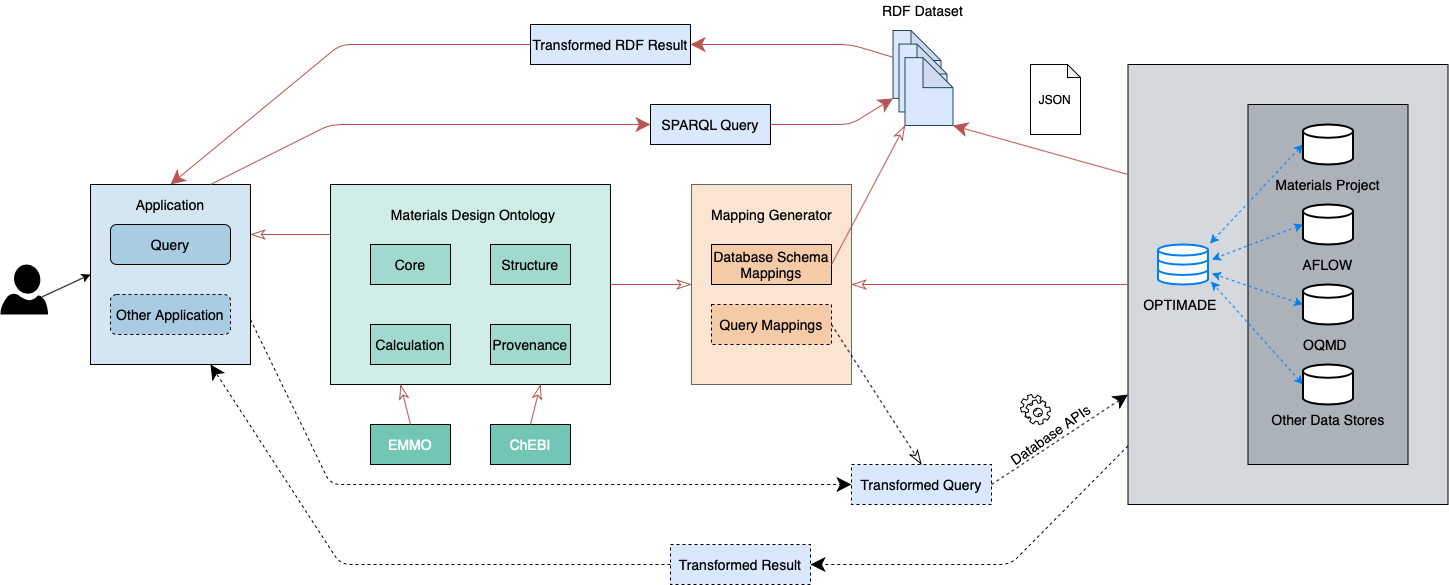
Above: figures/mdo/new-vision.png in huanyu-li/huanyu-li.github.io (draw.io), before the change. Source tidied: cells renumbered, new cells last; positions are measured from the earlier drawing's top-left corner, leaving out a move shared by most shapes.
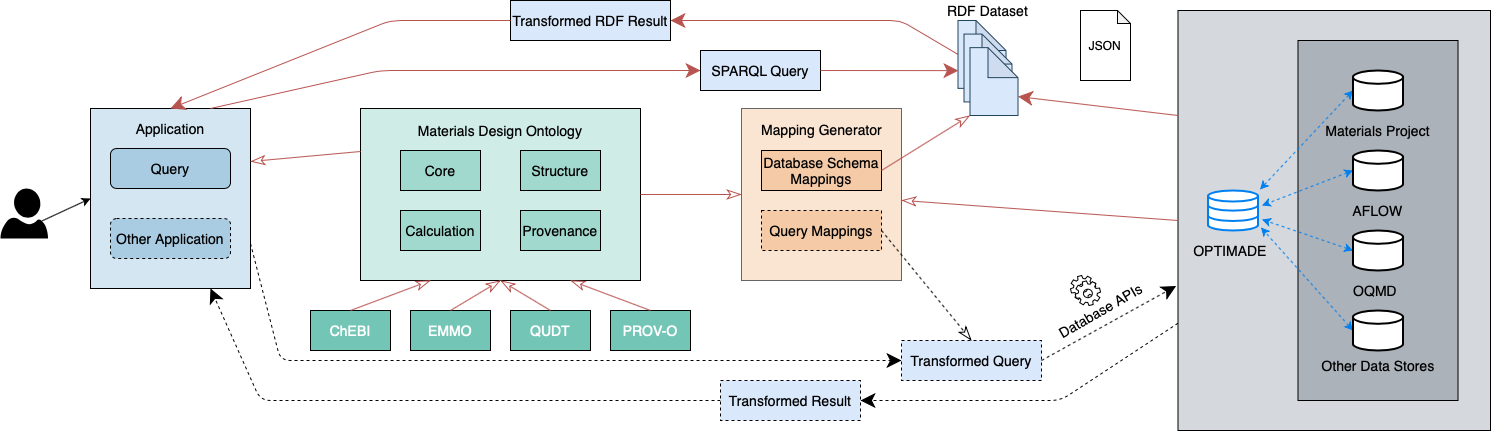
Later version of the same file.

Commit message:
Update vision figure

The edit, as a diff of the source:
```diff
@@ -5,6 +5,6 @@
     <mxCell id="2" style="rounded=0;whiteSpace=wrap;html=1;fillColor=#D5D8DC;strokeColor=#000000;" parent="1" vertex="1">
-      <mxGeometry x="1127.5" y="64" width="320" height="440" as="geometry" />
+      <mxGeometry x="1127.5" y="64" width="312.5" height="420" as="geometry" />
     </mxCell>
     <mxCell id="3" style="rounded=0;whiteSpace=wrap;html=1;fillColor=#ABB2B9;strokeColor=#000000;fontColor=#333333;" parent="1" vertex="1">
-      <mxGeometry x="1247.5" y="104" width="160" height="360" as="geometry" />
+      <mxGeometry x="1247.5" y="94" width="160" height="360" as="geometry" />
     </mxCell>
@@ -53,33 +53,33 @@
     <mxCell id="18" style="rounded=0;whiteSpace=wrap;html=1;fillColor=#FAE5D3;strokeColor=#666666;fontColor=#333333;" parent="1" vertex="1">
-      <mxGeometry x="691" y="184" width="160" height="200" as="geometry" />
+      <mxGeometry x="691" y="162" width="160" height="172" as="geometry" />
     </mxCell>
     <mxCell id="19" style="rounded=0;whiteSpace=wrap;html=1;fillColor=#D0ECE7;strokeColor=#000000;" parent="1" vertex="1">
-      <mxGeometry x="330" y="184" width="280" height="200" as="geometry" />
+      <mxGeometry x="310" y="162" width="280" height="172" as="geometry" />
     </mxCell>
     <mxCell id="20" value="Materials Design Ontology" style="text;html=1;strokeColor=none;fillColor=none;align=center;verticalAlign=middle;whiteSpace=wrap;rounded=0;fontSize=14;" parent="1" vertex="1">
-      <mxGeometry x="382.6" y="204" width="180" height="20" as="geometry" />
+      <mxGeometry x="360" y="174" width="180" height="20" as="geometry" />
     </mxCell>
     <mxCell id="21" value="Core" style="rounded=0;whiteSpace=wrap;html=1;fontSize=14;fillColor=#A2D9CE;strokeColor=#000000;" parent="1" vertex="1">
-      <mxGeometry x="370" y="244" width="80" height="40" as="geometry" />
+      <mxGeometry x="350" y="204" width="80" height="40" as="geometry" />
     </mxCell>
     <mxCell id="22" value="Structure" style="rounded=0;whiteSpace=wrap;html=1;fontSize=14;fillColor=#A2D9CE;strokeColor=#000000;" parent="1" vertex="1">
-      <mxGeometry x="490" y="244" width="80" height="40" as="geometry" />
+      <mxGeometry x="470" y="204" width="80" height="40" as="geometry" />
     </mxCell>
     <mxCell id="23" value="Calculation" style="rounded=0;whiteSpace=wrap;html=1;fontSize=14;fillColor=#A2D9CE;strokeColor=#000000;" parent="1" vertex="1">
-      <mxGeometry x="370" y="324" width="80" height="40" as="geometry" />
+      <mxGeometry x="350" y="264" width="80" height="40" as="geometry" />
     </mxCell>
     <mxCell id="24" value="Provenance" style="rounded=0;whiteSpace=wrap;html=1;fontSize=14;fillColor=#A2D9CE;strokeColor=#000000;" parent="1" vertex="1">
-      <mxGeometry x="490" y="324" width="80" height="40" as="geometry" />
+      <mxGeometry x="470" y="264" width="80" height="40" as="geometry" />
     </mxCell>
     <mxCell id="25" value="Database Schema Mappings" style="rounded=0;whiteSpace=wrap;html=1;fontSize=14;fillColor=#F5CBA7;strokeColor=#000000;" parent="1" vertex="1">
-      <mxGeometry x="711" y="244" width="120" height="40" as="geometry" />
+      <mxGeometry x="711" y="204" width="120" height="40" as="geometry" />
     </mxCell>
     <mxCell id="26" value="Query Mappings" style="rounded=0;whiteSpace=wrap;html=1;fontSize=14;fillColor=#F5CBA7;strokeColor=#000000;dashed=1;" parent="1" vertex="1">
-      <mxGeometry x="711" y="304" width="120" height="40" as="geometry" />
+      <mxGeometry x="711" y="264" width="120" height="40" as="geometry" />
     </mxCell>
     <mxCell id="27" value="Mapping Generator" style="text;html=1;strokeColor=none;fillColor=none;align=center;verticalAlign=middle;whiteSpace=wrap;rounded=0;fontSize=14;" parent="1" vertex="1">
-      <mxGeometry x="702.8" y="204" width="136.5" height="20" as="geometry" />
+      <mxGeometry x="702.8" y="173" width="136.5" height="20" as="geometry" />
     </mxCell>
     <mxCell id="28" value="Transformed Query" style="rounded=0;whiteSpace=wrap;html=1;fillColor=#DAE8FC;strokeColor=#000000;fontSize=14;dashed=1;" parent="1" vertex="1">
-      <mxGeometry x="851" y="464" width="140" height="40" as="geometry" />
+      <mxGeometry x="851" y="394" width="140" height="40" as="geometry" />
     </mxCell>
@@ -88,3 +88,3 @@
     </mxCell>
-    <mxCell id="30" style="endArrow=classic;html=1;exitX=1;exitY=0.5;exitDx=0;exitDy=0;entryX=0;entryY=0.75;entryDx=0;entryDy=0;dashed=1;endFill=1;endSize=12;" parent="1" edge="1" source="28" target="2">
+    <mxCell id="30" style="endArrow=classic;html=1;exitX=1;exitY=0.5;exitDx=0;exitDy=0;entryX=-0.006;entryY=0.656;entryDx=0;entryDy=0;dashed=1;endFill=1;endSize=12;entryPerimeter=0;" parent="1" edge="1" source="28" target="2">
       <mxGeometry relative="1" as="geometry" />
@@ -92,15 +92,15 @@
     <mxCell id="31" style="rounded=0;whiteSpace=wrap;html=1;fillColor=#D4E6F1;strokeColor=#000000;" parent="1" vertex="1">
-      <mxGeometry x="90" y="184" width="160" height="180" as="geometry" />
+      <mxGeometry x="40" y="162" width="160" height="180" as="geometry" />
     </mxCell>
     <mxCell id="32" value="Query" style="rounded=1;whiteSpace=wrap;html=1;fillColor=#A9CCE3;strokeColor=#000000;fontSize=14;" parent="1" vertex="1">
-      <mxGeometry x="110" y="224" width="120" height="40" as="geometry" />
+      <mxGeometry x="60" y="202" width="120" height="40" as="geometry" />
     </mxCell>
     <mxCell id="33" value="Other Application" style="rounded=1;whiteSpace=wrap;html=1;fillColor=#A9CCE3;strokeColor=#000000;fontSize=14;dashed=1;" parent="1" vertex="1">
-      <mxGeometry x="110" y="294" width="120" height="40" as="geometry" />
+      <mxGeometry x="60" y="272" width="120" height="40" as="geometry" />
     </mxCell>
     <mxCell id="34" value="Application" style="text;html=1;strokeColor=none;fillColor=none;align=center;verticalAlign=middle;whiteSpace=wrap;rounded=0;fontSize=14;" parent="1" vertex="1">
-      <mxGeometry x="135" y="194" width="70" height="20" as="geometry" />
+      <mxGeometry x="85" y="172" width="70" height="20" as="geometry" />
     </mxCell>
     <mxCell id="35" style="verticalLabelPosition=bottom;html=1;verticalAlign=top;align=center;strokeColor=none;fillColor=#000000;shape=mxgraph.azure.user;fontSize=14;" parent="1" vertex="1">
-      <mxGeometry y="264" width="47.5" height="50" as="geometry" />
+      <mxGeometry x="-50" y="242" width="47.5" height="50" as="geometry" />
     </mxCell>
@@ -112,3 +112,3 @@
         <Array as="points">
-          <mxPoint x="330" y="484" />
+          <mxPoint x="230" y="414" />
         </Array>
@@ -119,70 +119,74 @@
     </mxCell>
-    <mxCell id="39" style="shape=note;whiteSpace=wrap;html=1;backgroundOutline=1;darkOpacity=0.05;fillColor=#DAE8FC;strokeColor=#23445d;" parent="1" vertex="1">
-      <mxGeometry x="892.5" y="30" width="48" height="67.9" as="geometry" />
+    <mxCell id="39" value="RDF Dataset" style="text;html=1;strokeColor=none;fillColor=none;align=center;verticalAlign=middle;whiteSpace=wrap;rounded=0;fontSize=14;" parent="1" vertex="1">
+      <mxGeometry x="890" y="54" width="95" height="20" as="geometry" />
     </mxCell>
-    <mxCell id="40" style="shape=note;whiteSpace=wrap;html=1;backgroundOutline=1;darkOpacity=0.05;fillColor=#DAE8FC;strokeColor=#23445d;" parent="1" vertex="1">
-      <mxGeometry x="898.5" y="43.6" width="48" height="67.9" as="geometry" />
+    <mxCell id="40" style="endArrow=classicThin;html=1;endFill=0;endSize=12;exitX=1;exitY=0.5;exitDx=0;exitDy=0;entryX=0;entryY=1;entryDx=0;entryDy=0;entryPerimeter=0;fillColor=#f8cecc;strokeColor=#b85450;" parent="1" edge="1" source="25" target="62">
+      <mxGeometry relative="1" as="geometry" />
     </mxCell>
-    <mxCell id="41" style="shape=note;whiteSpace=wrap;html=1;backgroundOutline=1;darkOpacity=0.05;fillColor=#DAE8FC;strokeColor=#23445d;" parent="1" vertex="1">
-      <mxGeometry x="904.5" y="57.1" width="48" height="67.9" as="geometry" />
+    <mxCell id="41" style="endArrow=classic;html=1;endFill=1;endSize=12;exitX=0;exitY=0.25;exitDx=0;exitDy=0;entryX=0;entryY=0;entryDx=48;entryDy=48.92857142857143;entryPerimeter=0;fillColor=#f8cecc;strokeColor=#b85450;" parent="1" edge="1" source="2" target="62">
+      <mxGeometry relative="1" as="geometry" />
     </mxCell>
-    <mxCell id="42" value="RDF Dataset" style="text;html=1;strokeColor=none;fillColor=none;align=center;verticalAlign=middle;whiteSpace=wrap;rounded=0;fontSize=14;" parent="1" vertex="1">
-      <mxGeometry x="875" width="95" height="20" as="geometry" />
+    <mxCell id="42" style="endArrow=classicThin;html=1;endFill=0;endSize=12;exitX=1;exitY=0.5;exitDx=0;exitDy=0;fillColor=#f8cecc;strokeColor=#b85450;entryX=0;entryY=0.5;entryDx=0;entryDy=0;" parent="1" edge="1" source="19" target="18">
+      <mxGeometry relative="1" as="geometry" />
     </mxCell>
-    <mxCell id="43" style="endArrow=classicThin;html=1;endFill=0;endSize=12;exitX=1;exitY=0.5;exitDx=0;exitDy=0;entryX=0;entryY=1;entryDx=0;entryDy=0;entryPerimeter=0;fillColor=#f8cecc;strokeColor=#b85450;" parent="1" edge="1" source="25" target="41">
-      <mxGeometry relative="1" as="geometry" />
+    <mxCell id="43" style="endArrow=classicThin;html=1;endFill=0;endSize=12;exitX=0;exitY=0.25;exitDx=0;exitDy=0;fillColor=#f8cecc;strokeColor=#b85450;" parent="1" edge="1" source="19">
+      <mxGeometry relative="1" as="geometry">
+        <mxPoint x="200" y="215" as="targetPoint" />
+      </mxGeometry>
     </mxCell>
-    <mxCell id="44" style="endArrow=classic;html=1;endFill=1;endSize=12;exitX=0;exitY=0.25;exitDx=0;exitDy=0;entryX=1;entryY=1;entryDx=0;entryDy=0;entryPerimeter=0;fillColor=#f8cecc;strokeColor=#b85450;" parent="1" edge="1" source="2" target="41">
-      <mxGeometry relative="1" as="geometry" />
+    <mxCell id="44" style="endArrow=classic;html=1;endFill=1;endSize=12;exitX=0.75;exitY=0;exitDx=0;exitDy=0;fillColor=#f8cecc;strokeColor=#b85450;startArrow=none;startFill=0;startSize=12;entryX=0;entryY=0.5;entryDx=0;entryDy=0;" parent="1" edge="1" source="31" target="55">
+      <mxGeometry relative="1" as="geometry">
+        <Array as="points">
+          <mxPoint x="330" y="124" />
+        </Array>
+      </mxGeometry>
     </mxCell>
-    <mxCell id="45" style="endArrow=classicThin;html=1;endFill=0;endSize=12;exitX=1;exitY=0.5;exitDx=0;exitDy=0;fillColor=#f8cecc;strokeColor=#b85450;entryX=0;entryY=0.5;entryDx=0;entryDy=0;" parent="1" edge="1" source="19" target="18">
-      <mxGeometry relative="1" as="geometry" />
+    <mxCell id="45" style="endArrow=classic;html=1;entryX=0.75;entryY=1;entryDx=0;entryDy=0;dashed=1;endFill=1;endSize=12;" parent="1" edge="1" source="53" target="31">
+      <mxGeometry relative="1" as="geometry">
+        <Array as="points">
+          <mxPoint x="210" y="454" />
+        </Array>
+      </mxGeometry>
     </mxCell>
-    <mxCell id="46" style="endArrow=classicThin;html=1;endFill=0;endSize=12;exitX=0;exitY=0.25;exitDx=0;exitDy=0;fillColor=#f8cecc;strokeColor=#b85450;" parent="1" edge="1" source="19">
-      <mxGeometry relative="1" as="geometry">
-        <mxPoint x="250" y="234" as="targetPoint" />
-      </mxGeometry>
+    <mxCell id="46" value="EMMO" style="rounded=0;whiteSpace=wrap;html=1;fontSize=14;fillColor=#73C6B6;strokeColor=#000000;fontColor=#ffffff;" parent="1" vertex="1">
+      <mxGeometry x="360" y="364" width="80" height="40" as="geometry" />
     </mxCell>
-    <mxCell id="47" style="endArrow=classic;html=1;endFill=1;endSize=12;exitX=0.75;exitY=0;exitDx=0;exitDy=0;fillColor=#f8cecc;strokeColor=#b85450;startArrow=none;startFill=0;startSize=12;entryX=0;entryY=0.5;entryDx=0;entryDy=0;" parent="1" edge="1" source="31" target="58">
-      <mxGeometry relative="1" as="geometry">
-        <Array as="points">
-          <mxPoint x="330" y="124" />
-        </Array>
-      </mxGeometry>
+    <mxCell id="47" value="ChEBI" style="rounded=0;whiteSpace=wrap;html=1;fontSize=14;fillColor=#73C6B6;strokeColor=#000000;fontColor=#ffffff;" parent="1" vertex="1">
+      <mxGeometry x="260" y="364" width="80" height="40" as="geometry" />
     </mxCell>
-    <mxCell id="48" style="endArrow=classic;html=1;entryX=0.75;entryY=1;entryDx=0;entryDy=0;dashed=1;endFill=1;endSize=12;" parent="1" edge="1" source="56" target="31">
-      <mxGeometry relative="1" as="geometry">
-        <Array as="points">
-          <mxPoint x="340" y="564" />
-        </Array>
-      </mxGeometry>
+    <mxCell id="48" style="endArrow=classicThin;html=1;endFill=0;endSize=12;exitX=0.5;exitY=0;exitDx=0;exitDy=0;fillColor=#f8cecc;strokeColor=#b85450;entryX=0.25;entryY=1;entryDx=0;entryDy=0;" parent="1" edge="1" source="47" target="19">
+      <mxGeometry relative="1" as="geometry" />
     </mxCell>
-    <mxCell id="49" value="EMMO" style="rounded=0;whiteSpace=wrap;html=1;fontSize=14;fillColor=#73C6B6;strokeColor=#000000;fontColor=#ffffff;" parent="1" vertex="1">
-      <mxGeometry x="370" y="424" width="80" height="40" as="geometry" />
+    <mxCell id="49" style="endArrow=classicThin;html=1;endFill=0;endSize=12;exitX=0.5;exitY=0;exitDx=0;exitDy=0;fillColor=#f8cecc;strokeColor=#b85450;entryX=0.5;entryY=1;entryDx=0;entryDy=0;" parent="1" edge="1" source="46" target="19">
+      <mxGeometry relative="1" as="geometry" />
     </mxCell>
-    <mxCell id="50" value="ChEBI" style="rounded=0;whiteSpace=wrap;html=1;fontSize=14;fillColor=#73C6B6;strokeColor=#000000;fontColor=#ffffff;" parent="1" vertex="1">
-      <mxGeometry x="490" y="424" width="80" height="40" as="geometry" />
+    <mxCell id="50" value="&lt;font style=&quot;font-size: 12px&quot;&gt;JSON&lt;/font&gt;" style="shape=note;whiteSpace=wrap;html=1;backgroundOutline=1;darkOpacity=0.05;size=13;fillColor=#FFFFFF;" parent="1" vertex="1">
+      <mxGeometry x="1030" y="64" width="50" height="70" as="geometry" />
     </mxCell>
-    <mxCell id="51" style="endArrow=classicThin;html=1;endFill=0;endSize=12;exitX=0.5;exitY=0;exitDx=0;exitDy=0;fillColor=#f8cecc;strokeColor=#b85450;entryX=0.75;entryY=1;entryDx=0;entryDy=0;" parent="1" edge="1" source="50" target="19">
-      <mxGeometry relative="1" as="geometry" />
+    <mxCell id="51" style="shape=mxgraph.bpmn.service_task;html=1;fillColor=#FFFFFF;fontSize=14;" parent="1" vertex="1">
+      <mxGeometry x="1020" y="329" width="30" height="30" as="geometry" />
     </mxCell>
-    <mxCell id="52" style="endArrow=classicThin;html=1;endFill=0;endSize=12;exitX=0.5;exitY=0;exitDx=0;exitDy=0;fillColor=#f8cecc;strokeColor=#b85450;entryX=0.25;entryY=1;entryDx=0;entryDy=0;" parent="1" edge="1" source="49" target="19">
-      <mxGeometry relative="1" as="geometry" />
+    <mxCell id="52" value="Database APIs" style="text;html=1;strokeColor=none;fillColor=none;align=center;verticalAlign=middle;whiteSpace=wrap;rounded=0;fontSize=14;rotation=330;" parent="1" vertex="1">
+      <mxGeometry x="1000" y="354" width="100" height="20" as="geometry" />
     </mxCell>
-    <mxCell id="53" value="&lt;font style=&quot;font-size: 12px&quot;&gt;JSON&lt;/font&gt;" style="shape=note;whiteSpace=wrap;html=1;backgroundOutline=1;darkOpacity=0.05;size=13;fillColor=#FFFFFF;" parent="1" vertex="1">
-      <mxGeometry x="1030" y="64" width="50" height="70" as="geometry" />
+    <mxCell id="53" value="Transformed Result" style="rounded=0;whiteSpace=wrap;html=1;fillColor=#DAE8FC;strokeColor=#000000;fontSize=14;dashed=1;" parent="1" vertex="1">
+      <mxGeometry x="670" y="434" width="140" height="40" as="geometry" />
     </mxCell>
-    <mxCell id="54" style="shape=mxgraph.bpmn.service_task;html=1;fillColor=#FFFFFF;fontSize=14;" parent="1" vertex="1">
-      <mxGeometry x="1020" y="394" width="30" height="30" as="geometry" />
+    <mxCell id="54" style="endArrow=classic;html=1;entryX=1;entryY=0.5;entryDx=0;entryDy=0;dashed=1;endFill=1;endSize=12;" parent="1" edge="1" source="2" target="53">
+      <mxGeometry relative="1" as="geometry">
+        <Array as="points">
+          <mxPoint x="1010" y="454" />
+        </Array>
+      </mxGeometry>
     </mxCell>
-    <mxCell id="55" value="Database APIs" style="text;html=1;strokeColor=none;fillColor=none;align=center;verticalAlign=middle;whiteSpace=wrap;rounded=0;fontSize=14;rotation=325;" parent="1" vertex="1">
-      <mxGeometry x="1000" y="424" width="100" height="20" as="geometry" />
+    <mxCell id="55" value="SPARQL Query" style="rounded=0;whiteSpace=wrap;html=1;fillColor=#DAE8FC;strokeColor=#000000;fontSize=14;" parent="1" vertex="1">
+      <mxGeometry x="650" y="104" width="120" height="40" as="geometry" />
     </mxCell>
-    <mxCell id="56" value="Transformed Result" style="rounded=0;whiteSpace=wrap;html=1;fillColor=#DAE8FC;strokeColor=#000000;fontSize=14;dashed=1;" parent="1" vertex="1">
-      <mxGeometry x="670" y="544" width="140" height="40" as="geometry" />
+    <mxCell id="56" value="Transformed RDF Result" style="rounded=0;whiteSpace=wrap;html=1;fillColor=#DAE8FC;strokeColor=#000000;fontSize=14;" parent="1" vertex="1">
+      <mxGeometry x="460" y="54" width="160" height="40" as="geometry" />
     </mxCell>
-    <mxCell id="57" style="endArrow=classic;html=1;entryX=1;entryY=0.5;entryDx=0;entryDy=0;dashed=1;endFill=1;endSize=12;" parent="1" edge="1" source="2" target="56">
+    <mxCell id="57" style="endArrow=classic;html=1;endFill=1;endSize=12;fillColor=#f8cecc;strokeColor=#b85450;startArrow=none;startFill=0;startSize=12;entryX=1;entryY=0.5;entryDx=0;entryDy=0;exitX=0;exitY=0.5;exitDx=0;exitDy=0;exitPerimeter=0;" parent="1" edge="1" source="60" target="56">
       <mxGeometry relative="1" as="geometry">
         <Array as="points">
-          <mxPoint x="1010" y="564" />
+          <mxPoint x="850" y="74" />
         </Array>
@@ -190,29 +194,36 @@
     </mxCell>
-    <mxCell id="58" value="SPARQL Query" style="rounded=0;whiteSpace=wrap;html=1;fillColor=#DAE8FC;strokeColor=#000000;fontSize=14;" parent="1" vertex="1">
-      <mxGeometry x="650" y="104" width="120" height="40" as="geometry" />
+    <mxCell id="58" style="endArrow=classic;html=1;endFill=1;endSize=12;fillColor=#f8cecc;strokeColor=#b85450;startArrow=none;startFill=0;startSize=12;entryX=0.5;entryY=0;entryDx=0;entryDy=0;exitX=0;exitY=0.5;exitDx=0;exitDy=0;" parent="1" edge="1" source="56" target="31">
+      <mxGeometry relative="1" as="geometry">
+        <Array as="points">
+          <mxPoint x="340" y="74" />
+        </Array>
+      </mxGeometry>
     </mxCell>
-    <mxCell id="59" value="Transformed RDF Result" style="rounded=0;whiteSpace=wrap;html=1;fillColor=#DAE8FC;strokeColor=#000000;fontSize=14;" parent="1" vertex="1">
-      <mxGeometry x="530" y="24" width="160" height="40" as="geometry" />
+    <mxCell id="59" style="group;" parent="1" vertex="1">
+      <mxGeometry x="907.5" y="74" width="60" height="95" as="geometry" />
     </mxCell>
-    <mxCell id="60" style="endArrow=classic;html=1;endFill=1;endSize=12;fillColor=#f8cecc;strokeColor=#b85450;startArrow=none;startFill=0;startSize=12;entryX=0;entryY=1;entryDx=0;entryDy=0;entryPerimeter=0;exitX=1;exitY=0.5;exitDx=0;exitDy=0;" parent="1" edge="1" source="58" target="39">
-      <mxGeometry relative="1" as="geometry">
-        <Array as="points">
-          <mxPoint x="850" y="124" />
-        </Array>
-      </mxGeometry>
+    <mxCell id="60" style="shape=note;whiteSpace=wrap;html=1;backgroundOutline=1;darkOpacity=0.05;fillColor=#DAE8FC;strokeColor=#23445d;" parent="59" vertex="1">
+      <mxGeometry width="48" height="67.9" as="geometry" />
     </mxCell>
-    <mxCell id="61" style="endArrow=classic;html=1;endFill=1;endSize=12;fillColor=#f8cecc;strokeColor=#b85450;startArrow=none;startFill=0;startSize=12;entryX=1;entryY=0.5;entryDx=0;entryDy=0;" parent="1" edge="1" source="39" target="59">
-      <mxGeometry relative="1" as="geometry">
-        <Array as="points">
-          <mxPoint x="850" y="44" />
-        </Array>
-      </mxGeometry>
+    <mxCell id="61" style="shape=note;whiteSpace=wrap;html=1;backgroundOutline=1;darkOpacity=0.05;fillColor=#DAE8FC;strokeColor=#23445d;" parent="59" vertex="1">
+      <mxGeometry x="6" y="13.6" width="48" height="67.9" as="geometry" />
     </mxCell>
-    <mxCell id="62" style="endArrow=classic;html=1;endFill=1;endSize=12;fillColor=#f8cecc;strokeColor=#b85450;startArrow=none;startFill=0;startSize=12;entryX=0.5;entryY=0;entryDx=0;entryDy=0;exitX=0;exitY=0.5;exitDx=0;exitDy=0;" parent="1" edge="1" source="59" target="31">
-      <mxGeometry relative="1" as="geometry">
-        <Array as="points">
-          <mxPoint x="340" y="44" />
-        </Array>
-      </mxGeometry>
+    <mxCell id="62" style="shape=note;whiteSpace=wrap;html=1;backgroundOutline=1;darkOpacity=0.05;fillColor=#DAE8FC;strokeColor=#23445d;" parent="59" vertex="1">
+      <mxGeometry x="12" y="27.1" width="48" height="67.9" as="geometry" />
     </mxCell>
+    <mxCell id="63" value="QUDT" style="rounded=0;whiteSpace=wrap;html=1;fontSize=14;fillColor=#73C6B6;strokeColor=#000000;fontColor=#ffffff;" parent="1" vertex="1">
+      <mxGeometry x="460" y="364" width="80" height="40" as="geometry" />
+    </mxCell>
+    <mxCell id="64" style="endArrow=classicThin;html=1;endFill=0;endSize=12;exitX=0.5;exitY=0;exitDx=0;exitDy=0;fillColor=#f8cecc;strokeColor=#b85450;entryX=0.5;entryY=1;entryDx=0;entryDy=0;" parent="1" edge="1" source="63" target="19">
+      <mxGeometry relative="1" as="geometry" />
+    </mxCell>
+    <mxCell id="65" style="endArrow=classic;html=1;endFill=1;endSize=12;exitX=1;exitY=0.5;exitDx=0;exitDy=0;entryX=0.009;entryY=0.739;entryDx=0;entryDy=0;entryPerimeter=0;fillColor=#f8cecc;strokeColor=#b85450;" parent="1" edge="1" source="55" target="60">
+      <mxGeometry relative="1" as="geometry" />
+    </mxCell>
+    <mxCell id="66" value="PROV-O" style="rounded=0;whiteSpace=wrap;html=1;fontSize=14;fillColor=#73C6B6;strokeColor=#000000;fontColor=#ffffff;" parent="1" vertex="1">
+      <mxGeometry x="560" y="364" width="80" height="40" as="geometry" />
+    </mxCell>
+    <mxCell id="67" style="endArrow=classicThin;html=1;endFill=0;endSize=12;exitX=0.5;exitY=0;exitDx=0;exitDy=0;fillColor=#f8cecc;strokeColor=#b85450;entryX=0.75;entryY=1;entryDx=0;entryDy=0;" parent="1" edge="1" source="66" target="19">
+      <mxGeometry relative="1" as="geometry" />
+    </mxCell>
   </root>
```
